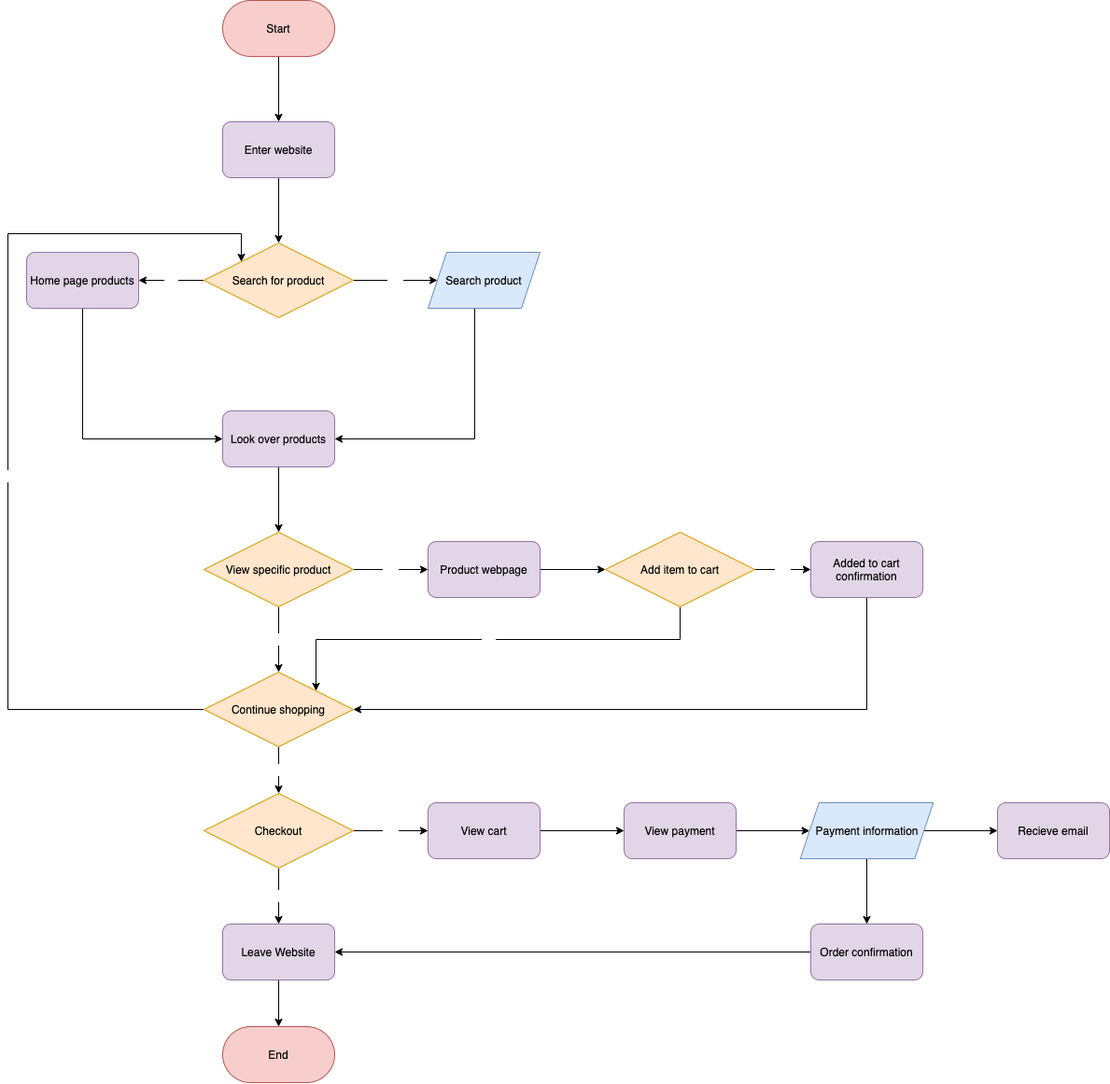
This is part2/part2.drawio.png from anishatwal/sp21-cse110-lab4, a draw.io export, as it was before one commit. Source tidied: cells renumbered, new cells last; positions are measured from the earlier drawing's top-left corner, leaving out a move shared by most shapes. Its diagram source:
```xml
<mxGraphModel>
  <root>
    <mxCell id="0" />
    <mxCell id="1" parent="0" />
    <mxCell id="2" style="edgeStyle=orthogonalEdgeStyle;rounded=0;jettySize=auto;html=1;exitX=0.5;exitY=1;exitDx=0;exitDy=0;" parent="1" edge="1" source="3" target="8">
      <mxGeometry relative="1" as="geometry" />
    </mxCell>
    <mxCell id="3" value="&lt;font color=&quot;#000000&quot;&gt;Start&lt;/font&gt;" style="rounded=1;whiteSpace=wrap;html=1;arcSize=50;fillColor=#f8cecc;strokeColor=#b85450;" parent="1" vertex="1">
      <mxGeometry x="230" width="120" height="60" as="geometry" />
    </mxCell>
    <mxCell id="4" value="Yes" style="edgeStyle=orthogonalEdgeStyle;rounded=0;jettySize=auto;html=1;exitX=1;exitY=0.5;exitDx=0;exitDy=0;entryX=0;entryY=0.5;entryDx=0;entryDy=0;fontColor=#FFFFFF;" parent="1" edge="1" source="6" target="12">
      <mxGeometry relative="1" as="geometry" />
    </mxCell>
    <mxCell id="5" value="No" style="edgeStyle=orthogonalEdgeStyle;rounded=0;jettySize=auto;html=1;exitX=0;exitY=0.5;exitDx=0;exitDy=0;entryX=1;entryY=0.5;entryDx=0;entryDy=0;fontColor=#FFFFFF;" parent="1" edge="1" source="6" target="42">
      <mxGeometry relative="1" as="geometry" />
    </mxCell>
    <mxCell id="6" value="&lt;font color=&quot;#000000&quot;&gt;Search for product&lt;/font&gt;" style="rhombus;whiteSpace=wrap;html=1;fillColor=#ffe6cc;strokeColor=#d79b00;" parent="1" vertex="1">
      <mxGeometry x="210" y="260" width="160" height="80" as="geometry" />
    </mxCell>
    <mxCell id="7" style="edgeStyle=orthogonalEdgeStyle;rounded=0;jettySize=auto;html=1;exitX=0.5;exitY=1;exitDx=0;exitDy=0;entryX=0.5;entryY=0;entryDx=0;entryDy=0;" parent="1" edge="1" source="8" target="6">
      <mxGeometry relative="1" as="geometry" />
    </mxCell>
    <mxCell id="8" value="&lt;font color=&quot;#000000&quot;&gt;Enter website&lt;/font&gt;" style="rounded=1;whiteSpace=wrap;html=1;fillColor=#e1d5e7;strokeColor=#9673a6;" parent="1" vertex="1">
      <mxGeometry x="230" y="130" width="120" height="60" as="geometry" />
    </mxCell>
    <mxCell id="9" style="edgeStyle=orthogonalEdgeStyle;rounded=0;jettySize=auto;html=1;exitX=0.5;exitY=1;exitDx=0;exitDy=0;entryX=0.5;entryY=0;entryDx=0;entryDy=0;fontColor=#000000;" parent="1" edge="1" source="10" target="15">
      <mxGeometry relative="1" as="geometry" />
    </mxCell>
    <mxCell id="10" value="Look over products" style="rounded=1;whiteSpace=wrap;html=1;fillColor=#e1d5e7;strokeColor=#9673a6;fontColor=#000000;" parent="1" vertex="1">
      <mxGeometry x="230" y="440" width="120" height="60" as="geometry" />
    </mxCell>
    <mxCell id="11" style="edgeStyle=orthogonalEdgeStyle;rounded=0;jettySize=auto;html=1;exitX=0.25;exitY=1;exitDx=0;exitDy=0;entryX=1;entryY=0.5;entryDx=0;entryDy=0;fontColor=#FFFFFF;" parent="1" edge="1" source="12" target="10">
      <mxGeometry relative="1" as="geometry">
        <Array as="points">
          <mxPoint x="500" y="330" />
          <mxPoint x="500" y="470" />
        </Array>
      </mxGeometry>
    </mxCell>
    <mxCell id="12" value="&lt;font color=&quot;#000000&quot;&gt;Search product&lt;/font&gt;" style="shape=parallelogram;perimeter=parallelogramPerimeter;whiteSpace=wrap;html=1;fixedSize=1;fillColor=#dae8fc;strokeColor=#6c8ebf;" parent="1" vertex="1">
      <mxGeometry x="450" y="270" width="120" height="60" as="geometry" />
    </mxCell>
    <mxCell id="13" value="No" style="edgeStyle=orthogonalEdgeStyle;rounded=0;jettySize=auto;html=1;exitX=0.5;exitY=1;exitDx=0;exitDy=0;entryX=0.5;entryY=0;entryDx=0;entryDy=0;fontColor=#FFFFFF;" parent="1" edge="1" source="15" target="21">
      <mxGeometry relative="1" as="geometry" />
    </mxCell>
    <mxCell id="14" value="Yes" style="edgeStyle=orthogonalEdgeStyle;rounded=0;jettySize=auto;html=1;exitX=1;exitY=0.5;exitDx=0;exitDy=0;fontColor=#FFFFFF;" parent="1" edge="1" source="15" target="25">
      <mxGeometry relative="1" as="geometry" />
    </mxCell>
    <mxCell id="15" value="View specific product" style="rhombus;whiteSpace=wrap;html=1;fillColor=#ffe6cc;strokeColor=#d79b00;fontColor=#000000;" parent="1" vertex="1">
      <mxGeometry x="210" y="570" width="160" height="80" as="geometry" />
    </mxCell>
    <mxCell id="16" value="Yes" style="edgeStyle=orthogonalEdgeStyle;rounded=0;jettySize=auto;html=1;exitX=1;exitY=0.5;exitDx=0;exitDy=0;fontColor=#FFFFFF;" parent="1" edge="1" source="18" target="23">
      <mxGeometry relative="1" as="geometry" />
    </mxCell>
    <mxCell id="17" value="No" style="edgeStyle=orthogonalEdgeStyle;rounded=0;jettySize=auto;html=1;exitX=0.5;exitY=1;exitDx=0;exitDy=0;entryX=1;entryY=0;entryDx=0;entryDy=0;fontColor=#FFFFFF;" parent="1" edge="1" source="18" target="21">
      <mxGeometry relative="1" as="geometry" />
    </mxCell>
    <mxCell id="18" value="Add item to cart" style="rhombus;whiteSpace=wrap;html=1;fillColor=#ffe6cc;strokeColor=#d79b00;fontColor=#000000;" parent="1" vertex="1">
      <mxGeometry x="640" y="570" width="160" height="80" as="geometry" />
    </mxCell>
    <mxCell id="19" value="Yes" style="edgeStyle=orthogonalEdgeStyle;rounded=0;jettySize=auto;html=1;exitX=0;exitY=0.5;exitDx=0;exitDy=0;entryX=0;entryY=0;entryDx=0;entryDy=0;fontColor=#FFFFFF;" parent="1" edge="1" source="21" target="6">
      <mxGeometry x="-0.08" relative="1" as="geometry">
        <Array as="points">
          <mxPoint y="760" />
          <mxPoint y="250" />
          <mxPoint x="250" y="250" />
        </Array>
      </mxGeometry>
    </mxCell>
    <mxCell id="20" value="No" style="edgeStyle=orthogonalEdgeStyle;rounded=0;jettySize=auto;html=1;exitX=0.5;exitY=1;exitDx=0;exitDy=0;entryX=0.5;entryY=0;entryDx=0;entryDy=0;fontColor=#FFFFFF;" parent="1" edge="1" source="21" target="28">
      <mxGeometry relative="1" as="geometry" />
    </mxCell>
    <mxCell id="21" value="Continue shopping" style="rhombus;whiteSpace=wrap;html=1;fillColor=#ffe6cc;strokeColor=#d79b00;fontColor=#000000;" parent="1" vertex="1">
      <mxGeometry x="210" y="720" width="160" height="80" as="geometry" />
    </mxCell>
    <mxCell id="22" style="edgeStyle=orthogonalEdgeStyle;rounded=0;jettySize=auto;html=1;exitX=0.5;exitY=1;exitDx=0;exitDy=0;entryX=1;entryY=0.5;entryDx=0;entryDy=0;fontColor=#FFFFFF;" parent="1" edge="1" source="23" target="21">
      <mxGeometry relative="1" as="geometry" />
    </mxCell>
    <mxCell id="23" value="Added to cart confirmation" style="rounded=1;whiteSpace=wrap;html=1;fillColor=#e1d5e7;strokeColor=#9673a6;fontColor=#000000;" parent="1" vertex="1">
      <mxGeometry x="860" y="580" width="120" height="60" as="geometry" />
    </mxCell>
    <mxCell id="24" style="edgeStyle=orthogonalEdgeStyle;rounded=0;jettySize=auto;html=1;exitX=1;exitY=0.5;exitDx=0;exitDy=0;fontColor=#FFFFFF;" parent="1" edge="1" source="25" target="18">
      <mxGeometry relative="1" as="geometry" />
    </mxCell>
    <mxCell id="25" value="Product webpage" style="rounded=1;whiteSpace=wrap;html=1;fillColor=#e1d5e7;strokeColor=#9673a6;fontColor=#000000;" parent="1" vertex="1">
      <mxGeometry x="450" y="580" width="120" height="60" as="geometry" />
    </mxCell>
    <mxCell id="26" value="No" style="edgeStyle=orthogonalEdgeStyle;rounded=0;jettySize=auto;html=1;exitX=0.5;exitY=1;exitDx=0;exitDy=0;entryX=0.5;entryY=0;entryDx=0;entryDy=0;fontColor=#FFFFFF;" parent="1" edge="1" source="28" target="30">
      <mxGeometry relative="1" as="geometry" />
    </mxCell>
    <mxCell id="27" value="Yes" style="edgeStyle=orthogonalEdgeStyle;rounded=0;jettySize=auto;html=1;exitX=1;exitY=0.5;exitDx=0;exitDy=0;entryX=0;entryY=0.5;entryDx=0;entryDy=0;fontColor=#FFFFFF;" parent="1" edge="1" source="28" target="33">
      <mxGeometry relative="1" as="geometry" />
    </mxCell>
    <mxCell id="28" value="Checkout" style="rhombus;whiteSpace=wrap;html=1;fillColor=#ffe6cc;strokeColor=#d79b00;fontColor=#000000;" parent="1" vertex="1">
      <mxGeometry x="210" y="850" width="160" height="80" as="geometry" />
    </mxCell>
    <mxCell id="29" style="edgeStyle=orthogonalEdgeStyle;rounded=0;jettySize=auto;html=1;exitX=0.5;exitY=1;exitDx=0;exitDy=0;entryX=0.5;entryY=0;entryDx=0;entryDy=0;fontColor=#FFFFFF;" parent="1" edge="1" source="30" target="31">
      <mxGeometry relative="1" as="geometry" />
    </mxCell>
    <mxCell id="30" value="Leave Website" style="rounded=1;whiteSpace=wrap;html=1;fillColor=#e1d5e7;strokeColor=#9673a6;fontColor=#000000;" parent="1" vertex="1">
      <mxGeometry x="230" y="990" width="120" height="60" as="geometry" />
    </mxCell>
    <mxCell id="31" value="End" style="rounded=1;whiteSpace=wrap;html=1;arcSize=50;fillColor=#f8cecc;strokeColor=#b85450;fontColor=#000000;" parent="1" vertex="1">
      <mxGeometry x="230" y="1100" width="120" height="60" as="geometry" />
    </mxCell>
    <mxCell id="32" style="edgeStyle=orthogonalEdgeStyle;rounded=0;jettySize=auto;html=1;exitX=1;exitY=0.5;exitDx=0;exitDy=0;entryX=0;entryY=0.5;entryDx=0;entryDy=0;fontColor=#FFFFFF;" parent="1" edge="1" source="33" target="35">
      <mxGeometry relative="1" as="geometry" />
    </mxCell>
    <mxCell id="33" value="View cart" style="rounded=1;whiteSpace=wrap;html=1;fillColor=#e1d5e7;strokeColor=#9673a6;fontColor=#000000;" parent="1" vertex="1">
      <mxGeometry x="450" y="860" width="120" height="60" as="geometry" />
    </mxCell>
    <mxCell id="34" style="edgeStyle=orthogonalEdgeStyle;rounded=0;jettySize=auto;html=1;exitX=1;exitY=0.5;exitDx=0;exitDy=0;entryX=0;entryY=0.5;entryDx=0;entryDy=0;fontColor=#FFFFFF;" parent="1" edge="1" source="35" target="38">
      <mxGeometry relative="1" as="geometry" />
    </mxCell>
    <mxCell id="35" value="View payment" style="rounded=1;whiteSpace=wrap;html=1;fillColor=#e1d5e7;strokeColor=#9673a6;fontColor=#000000;" parent="1" vertex="1">
      <mxGeometry x="660" y="860" width="120" height="60" as="geometry" />
    </mxCell>
    <mxCell id="36" style="edgeStyle=orthogonalEdgeStyle;rounded=0;jettySize=auto;html=1;exitX=0.5;exitY=1;exitDx=0;exitDy=0;entryX=0.5;entryY=0;entryDx=0;entryDy=0;fontColor=#FFFFFF;" parent="1" edge="1" source="38" target="40">
      <mxGeometry relative="1" as="geometry" />
    </mxCell>
    <mxCell id="37" style="edgeStyle=orthogonalEdgeStyle;rounded=0;jettySize=auto;html=1;exitX=1;exitY=0.5;exitDx=0;exitDy=0;fontColor=#FFFFFF;" parent="1" edge="1" source="38" target="43">
      <mxGeometry relative="1" as="geometry" />
    </mxCell>
    <mxCell id="38" value="&lt;font color=&quot;#000000&quot;&gt;Payment information&lt;/font&gt;" style="shape=parallelogram;perimeter=parallelogramPerimeter;whiteSpace=wrap;html=1;fixedSize=1;fillColor=#dae8fc;strokeColor=#6c8ebf;" parent="1" vertex="1">
      <mxGeometry x="848.8" y="860" width="142.5" height="60" as="geometry" />
    </mxCell>
    <mxCell id="39" style="edgeStyle=orthogonalEdgeStyle;rounded=0;jettySize=auto;html=1;exitX=0;exitY=0.5;exitDx=0;exitDy=0;entryX=1;entryY=0.5;entryDx=0;entryDy=0;fontColor=#FFFFFF;" parent="1" edge="1" source="40" target="30">
      <mxGeometry relative="1" as="geometry" />
    </mxCell>
    <mxCell id="40" value="Order confirmation" style="rounded=1;whiteSpace=wrap;html=1;fillColor=#e1d5e7;strokeColor=#9673a6;fontColor=#000000;" parent="1" vertex="1">
      <mxGeometry x="860" y="990" width="120" height="60" as="geometry" />
    </mxCell>
    <mxCell id="41" style="edgeStyle=orthogonalEdgeStyle;rounded=0;jettySize=auto;html=1;exitX=0.5;exitY=1;exitDx=0;exitDy=0;entryX=0;entryY=0.5;entryDx=0;entryDy=0;fontColor=#FFFFFF;" parent="1" edge="1" source="42" target="10">
      <mxGeometry relative="1" as="geometry" />
    </mxCell>
    <mxCell id="42" value="Home page products" style="rounded=1;whiteSpace=wrap;html=1;fillColor=#e1d5e7;strokeColor=#9673a6;fontColor=#000000;" parent="1" vertex="1">
      <mxGeometry x="20" y="270" width="120" height="60" as="geometry" />
    </mxCell>
    <mxCell id="43" value="Recieve email" style="rounded=1;whiteSpace=wrap;html=1;fillColor=#e1d5e7;strokeColor=#9673a6;fontColor=#000000;" parent="1" vertex="1">
      <mxGeometry x="1060" y="860" width="120" height="60" as="geometry" />
    </mxCell>
  </root>
</mxGraphModel>
```
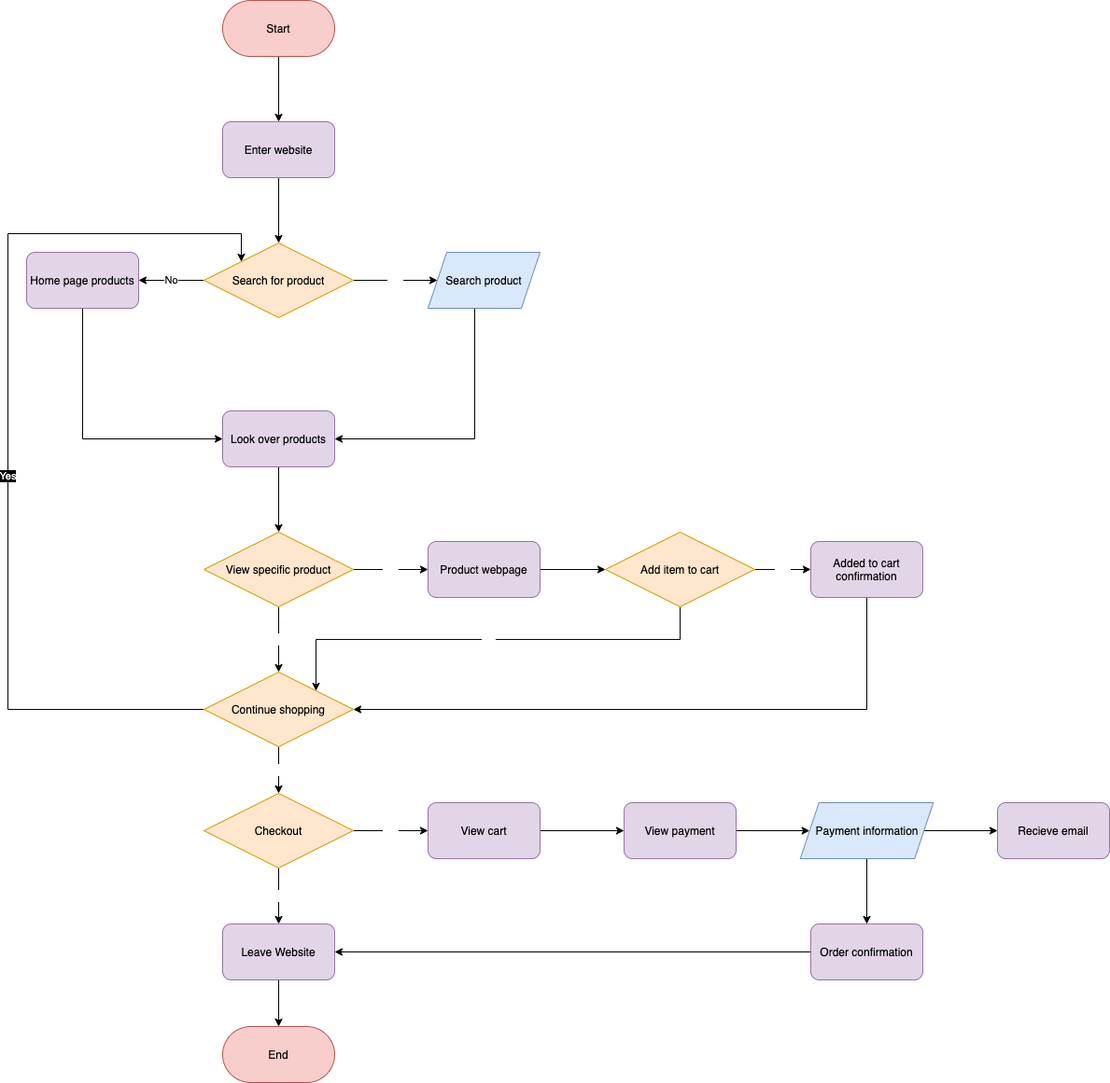
After the change.

Change to the diagram source:
```diff
@@ -2,7 +2,7 @@
   <root>
     <mxCell id="0" />
     <mxCell id="1" parent="0" />
-    <mxCell id="2" style="edgeStyle=orthogonalEdgeStyle;rounded=0;jettySize=auto;html=1;exitX=0.5;exitY=1;exitDx=0;exitDy=0;" parent="1" edge="1" source="3" target="8">
+    <mxCell id="2" style="edgeStyle=orthogonalEdgeStyle;rounded=0;jettySize=auto;html=1;exitX=0.5;exitY=1;exitDx=0;exitDy=0;fontColor=#FFFFFF;labelBackgroundColor=#FFFFFF;" parent="1" edge="1" source="3" target="8">
       <mxGeometry relative="1" as="geometry" />
     </mxCell>
     <mxCell id="3" value="&lt;font color=&quot;#000000&quot;&gt;Start&lt;/font&gt;" style="rounded=1;whiteSpace=wrap;html=1;arcSize=50;fillColor=#f8cecc;strokeColor=#b85450;" parent="1" vertex="1">
@@ -11,7 +11,7 @@
     <mxCell id="4" value="Yes" style="edgeStyle=orthogonalEdgeStyle;rounded=0;jettySize=auto;html=1;exitX=1;exitY=0.5;exitDx=0;exitDy=0;entryX=0;entryY=0.5;entryDx=0;entryDy=0;fontColor=#FFFFFF;" parent="1" edge="1" source="6" target="12">
       <mxGeometry relative="1" as="geometry" />
     </mxCell>
-    <mxCell id="5" value="No" style="edgeStyle=orthogonalEdgeStyle;rounded=0;jettySize=auto;html=1;exitX=0;exitY=0.5;exitDx=0;exitDy=0;entryX=1;entryY=0.5;entryDx=0;entryDy=0;fontColor=#FFFFFF;" parent="1" edge="1" source="6" target="42">
+    <mxCell id="5" value="&lt;font color=&quot;#000000&quot;&gt;No&lt;/font&gt;" style="edgeStyle=orthogonalEdgeStyle;rounded=0;jettySize=auto;html=1;exitX=0;exitY=0.5;exitDx=0;exitDy=0;entryX=1;entryY=0.5;entryDx=0;entryDy=0;fontColor=#FFFFFF;labelBackgroundColor=#FFFFFF;" parent="1" edge="1" source="6" target="42">
       <mxGeometry relative="1" as="geometry" />
     </mxCell>
     <mxCell id="6" value="&lt;font color=&quot;#000000&quot;&gt;Search for product&lt;/font&gt;" style="rhombus;whiteSpace=wrap;html=1;fillColor=#ffe6cc;strokeColor=#d79b00;" parent="1" vertex="1">
@@ -58,7 +58,7 @@
     <mxCell id="18" value="Add item to cart" style="rhombus;whiteSpace=wrap;html=1;fillColor=#ffe6cc;strokeColor=#d79b00;fontColor=#000000;" parent="1" vertex="1">
       <mxGeometry x="640" y="570" width="160" height="80" as="geometry" />
     </mxCell>
-    <mxCell id="19" value="Yes" style="edgeStyle=orthogonalEdgeStyle;rounded=0;jettySize=auto;html=1;exitX=0;exitY=0.5;exitDx=0;exitDy=0;entryX=0;entryY=0;entryDx=0;entryDy=0;fontColor=#FFFFFF;" parent="1" edge="1" source="21" target="6">
+    <mxCell id="19" value="Yes" style="edgeStyle=orthogonalEdgeStyle;rounded=0;jettySize=auto;html=1;exitX=0;exitY=0.5;exitDx=0;exitDy=0;entryX=0;entryY=0;entryDx=0;entryDy=0;fontColor=#FFFFFF;labelBackgroundColor=#000000;" parent="1" edge="1" source="21" target="6">
       <mxGeometry x="-0.08" relative="1" as="geometry">
         <Array as="points">
           <mxPoint y="760" />
```
